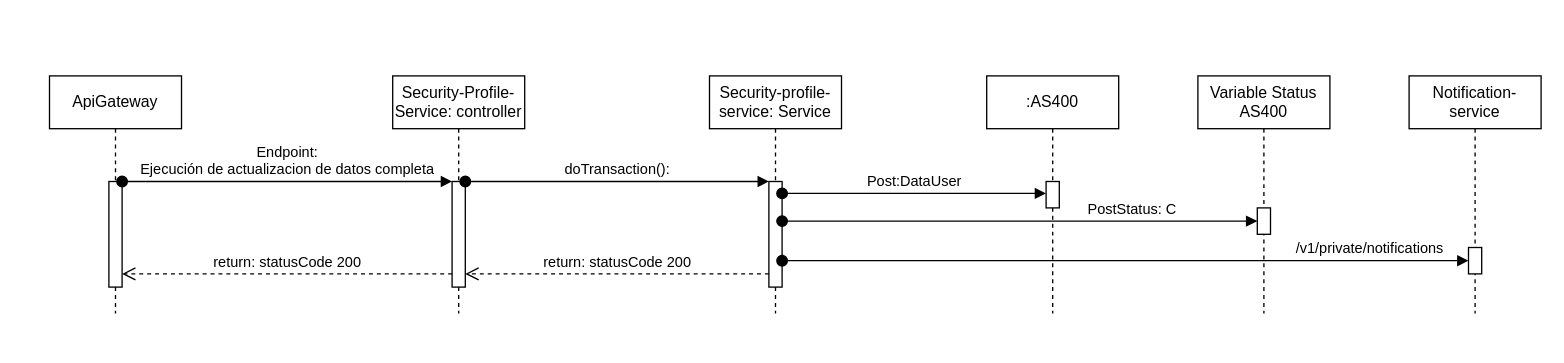
Before: 8vo enpoint - actu de datos.drawio in StevenGpByte/ActualizacionDatos, a draw.io diagram. Source tidied: cells renumbered, new cells numbered last; positions are measured from the earlier drawing's top-left corner, leaving out a move shared by most shapes. Both pictures are drawn from the tidied source at 132%, with x=0, y=0 at pixel (49, 75).
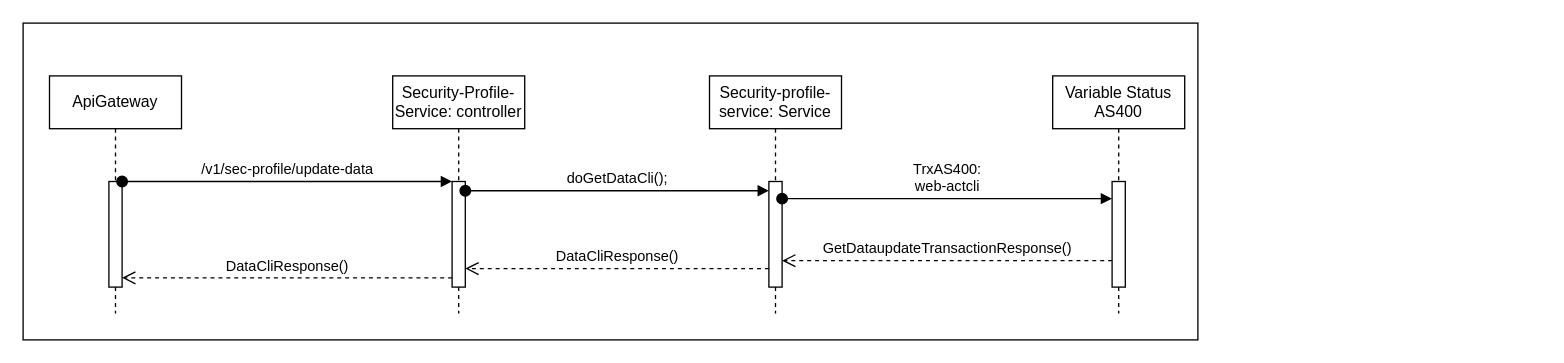
The same page after the edit.

Unchanged cells that the change refers to:
```xml
<mxCell id="2" value="ApiGateway" style="shape=umlLifeline;perimeter=lifelinePerimeter;whiteSpace=wrap;html=1;newEdgeStyle={&quot;edgeStyle&quot;:&quot;elbowEdgeStyle&quot;,&quot;elbow&quot;:&quot;vertical&quot;,&quot;curved&quot;:0,&quot;rounded&quot;:0};" parent="1" vertex="1">
  <mxGeometry width="100" height="180" as="geometry" />
</mxCell>
<mxCell id="4" value="Security-Profile-Service: controller" style="shape=umlLifeline;perimeter=lifelinePerimeter;whiteSpace=wrap;html=1;newEdgeStyle={&quot;edgeStyle&quot;:&quot;elbowEdgeStyle&quot;,&quot;elbow&quot;:&quot;vertical&quot;,&quot;curved&quot;:0,&quot;rounded&quot;:0};" parent="1" vertex="1">
  <mxGeometry x="260" width="100" height="180" as="geometry" />
</mxCell>
<mxCell id="7" value="Security-profile-service: Service" style="shape=umlLifeline;perimeter=lifelinePerimeter;whiteSpace=wrap;html=1;newEdgeStyle={&quot;edgeStyle&quot;:&quot;elbowEdgeStyle&quot;,&quot;elbow&quot;:&quot;vertical&quot;,&quot;curved&quot;:0,&quot;rounded&quot;:0};" parent="1" vertex="1">
  <mxGeometry x="500" width="100" height="180" as="geometry" />
</mxCell>
```

Diff of the diagram source:
```diff
@@
+    <mxCell id="21" style="rounded=0;whiteSpace=wrap;html=1;" parent="1" vertex="1">
+      <mxGeometry x="-20" y="-40" width="890" height="240" as="geometry" />
+    </mxCell>
@@
-    <mxCell id="3" style="html=1;points=[];perimeter=orthogonalPerimeter;outlineConnect=0;targetShapes=umlLifeline;portConstraint=eastwest;newEdgeStyle={&quot;edgeStyle&quot;:&quot;elbowEdgeStyle&quot;,&quot;elbow&quot;:&quot;vertical&quot;,&quot;curved&quot;:0,&quot;rounded&quot;:0};" parent="2" vertex="1">
-      <mxGeometry x="45" y="80" width="10" height="80" as="geometry" />
-    </mxCell>
+    <mxCell id="22" style="html=1;points=[];perimeter=orthogonalPerimeter;outlineConnect=0;targetShapes=umlLifeline;portConstraint=eastwest;newEdgeStyle={&quot;edgeStyle&quot;:&quot;elbowEdgeStyle&quot;,&quot;elbow&quot;:&quot;vertical&quot;,&quot;curved&quot;:0,&quot;rounded&quot;:0};" parent="2" vertex="1">
+      <mxGeometry x="45" y="80" width="10" height="80" as="geometry" />
+    </mxCell>
@@
-    <mxCell id="5" style="html=1;points=[];perimeter=orthogonalPerimeter;outlineConnect=0;targetShapes=umlLifeline;portConstraint=eastwest;newEdgeStyle={&quot;edgeStyle&quot;:&quot;elbowEdgeStyle&quot;,&quot;elbow&quot;:&quot;vertical&quot;,&quot;curved&quot;:0,&quot;rounded&quot;:0};" parent="4" vertex="1">
-      <mxGeometry x="45" y="80" width="10" height="80" as="geometry" />
-    </mxCell>
-    <mxCell id="6" value="return: statusCode 200" style="html=1;verticalAlign=bottom;endArrow=open;dashed=1;endSize=8;edgeStyle=elbowEdgeStyle;elbow=vertical;curved=0;rounded=0;" parent="1" edge="1" source="5" target="3">
-      <mxGeometry relative="1" as="geometry">
-        <Array as="points">
-          <mxPoint x="270" y="150" />
-          <mxPoint x="250" y="140" />
-          <mxPoint x="130" y="240" />
-        </Array>
-      </mxGeometry>
-    </mxCell>
+    <mxCell id="23" style="html=1;points=[];perimeter=orthogonalPerimeter;outlineConnect=0;targetShapes=umlLifeline;portConstraint=eastwest;newEdgeStyle={&quot;edgeStyle&quot;:&quot;elbowEdgeStyle&quot;,&quot;elbow&quot;:&quot;vertical&quot;,&quot;curved&quot;:0,&quot;rounded&quot;:0};" parent="4" vertex="1">
+      <mxGeometry x="45" y="80" width="10" height="80" as="geometry" />
+    </mxCell>
+    <mxCell id="24" value="DataCliResponse()" style="html=1;verticalAlign=bottom;endArrow=open;dashed=1;endSize=8;edgeStyle=elbowEdgeStyle;elbow=vertical;curved=0;rounded=0;" parent="1" edge="1">
+      <mxGeometry relative="1" as="geometry">
+        <mxPoint x="305" y="153" as="sourcePoint" />
+        <mxPoint x="55" y="153" as="targetPoint" />
+        <Array as="points">
+          <mxPoint x="250" y="153" />
+          <mxPoint x="130" y="253" />
+        </Array>
+      </mxGeometry>
+    </mxCell>
@@
-    <mxCell id="8" style="html=1;points=[];perimeter=orthogonalPerimeter;outlineConnect=0;targetShapes=umlLifeline;portConstraint=eastwest;newEdgeStyle={&quot;edgeStyle&quot;:&quot;elbowEdgeStyle&quot;,&quot;elbow&quot;:&quot;vertical&quot;,&quot;curved&quot;:0,&quot;rounded&quot;:0};" parent="7" vertex="1">
-      <mxGeometry x="45" y="80" width="10" height="80" as="geometry" />
-    </mxCell>
-    <mxCell id="9" value=":AS400" style="shape=umlLifeline;perimeter=lifelinePerimeter;whiteSpace=wrap;html=1;newEdgeStyle={&quot;edgeStyle&quot;:&quot;elbowEdgeStyle&quot;,&quot;elbow&quot;:&quot;vertical&quot;,&quot;curved&quot;:0,&quot;rounded&quot;:0};" parent="1" vertex="1">
-      <mxGeometry x="710" width="100" height="180" as="geometry" />
-    </mxCell>
-    <mxCell id="10" style="html=1;points=[];perimeter=orthogonalPerimeter;outlineConnect=0;targetShapes=umlLifeline;portConstraint=eastwest;newEdgeStyle={&quot;edgeStyle&quot;:&quot;elbowEdgeStyle&quot;,&quot;elbow&quot;:&quot;vertical&quot;,&quot;curved&quot;:0,&quot;rounded&quot;:0};" parent="9" vertex="1">
-      <mxGeometry x="45" y="80" width="10" height="20" as="geometry" />
-    </mxCell>
+    <mxCell id="25" style="html=1;perimeter=orthogonalPerimeter;targetShapes=umlLifeline;newEdgeStyle={&quot;edgeStyle&quot;:&quot;elbowEdgeStyle&quot;,&quot;elbow&quot;:&quot;vertical&quot;,&quot;curved&quot;:0,&quot;rounded&quot;:0};" parent="7" vertex="1">
+      <mxGeometry x="45" y="80" width="10" height="80" as="geometry" />
+    </mxCell>
     <mxCell id="11" value="Variable Status AS400" style="shape=umlLifeline;perimeter=lifelinePerimeter;whiteSpace=wrap;html=1;newEdgeStyle={&quot;edgeStyle&quot;:&quot;elbowEdgeStyle&quot;,&quot;elbow&quot;:&quot;vertical&quot;,&quot;curved&quot;:0,&quot;rounded&quot;:0};" parent="1" vertex="1">
-      <mxGeometry x="870" width="100" height="180" as="geometry" />
+      <mxGeometry x="760" width="100" height="180" as="geometry" />
     </mxCell>
-    <mxCell id="12" style="html=1;points=[];perimeter=orthogonalPerimeter;outlineConnect=0;targetShapes=umlLifeline;portConstraint=eastwest;newEdgeStyle={&quot;edgeStyle&quot;:&quot;elbowEdgeStyle&quot;,&quot;elbow&quot;:&quot;vertical&quot;,&quot;curved&quot;:0,&quot;rounded&quot;:0};" parent="11" vertex="1">
-      <mxGeometry x="45" y="100" width="10" height="20" as="geometry" />
-    </mxCell>
-    <mxCell id="13" value="Endpoint:&lt;br&gt;Ejecución de actualizacion de datos completa" style="html=1;verticalAlign=bottom;startArrow=oval;endArrow=block;startSize=8;edgeStyle=elbowEdgeStyle;elbow=vertical;curved=0;rounded=0;" parent="1" edge="1" source="3" target="5">
-      <mxGeometry relative="1" as="geometry">
-        <Array as="points">
-          <mxPoint x="150" y="80" />
-        </Array>
-      </mxGeometry>
-    </mxCell>
-    <mxCell id="14" value="doTransaction():" style="html=1;verticalAlign=bottom;startArrow=oval;endArrow=block;startSize=8;edgeStyle=elbowEdgeStyle;elbow=vertical;curved=0;rounded=0;" parent="1" edge="1" source="5" target="8">
-      <mxGeometry relative="1" as="geometry">
-        <Array as="points">
-          <mxPoint x="500" y="80" />
-          <mxPoint x="425" y="90" />
-        </Array>
-      </mxGeometry>
-    </mxCell>
-    <mxCell id="15" value="Post:DataUser" style="html=1;verticalAlign=bottom;startArrow=oval;endArrow=block;startSize=8;edgeStyle=elbowEdgeStyle;elbow=vertical;curved=0;rounded=0;" parent="1" edge="1" target="10">
-      <mxGeometry relative="1" as="geometry">
-        <mxPoint x="555" y="89" as="sourcePoint" />
-        <Array as="points">
-          <mxPoint x="755" y="89" />
-          <mxPoint x="680" y="99" />
-        </Array>
-      </mxGeometry>
-    </mxCell>
-    <mxCell id="16" value="PostStatus: C" style="html=1;verticalAlign=bottom;startArrow=oval;endArrow=block;startSize=8;edgeStyle=elbowEdgeStyle;elbow=vertical;curved=0;rounded=0;" parent="1" edge="1" source="8" target="12">
-      <mxGeometry x="0.47" relative="1" as="geometry">
-        <Array as="points">
-          <mxPoint x="880" y="110" />
-          <mxPoint x="810" y="120" />
-          <mxPoint x="735" y="130" />
-        </Array>
-      </mxGeometry>
-    </mxCell>
-    <mxCell id="17" value="return: statusCode 200" style="html=1;verticalAlign=bottom;endArrow=open;dashed=1;endSize=8;edgeStyle=elbowEdgeStyle;elbow=vertical;curved=0;rounded=0;" parent="1" edge="1" source="8" target="5">
-      <mxGeometry relative="1" as="geometry">
-        <Array as="points">
-          <mxPoint x="460" y="150" />
-          <mxPoint x="510" y="140" />
-          <mxPoint x="365" y="149.8" />
-        </Array>
-      </mxGeometry>
-    </mxCell>
-    <mxCell id="18" value="Notification-service" style="shape=umlLifeline;perimeter=lifelinePerimeter;whiteSpace=wrap;html=1;newEdgeStyle={&quot;edgeStyle&quot;:&quot;elbowEdgeStyle&quot;,&quot;elbow&quot;:&quot;vertical&quot;,&quot;curved&quot;:0,&quot;rounded&quot;:0};" parent="1" vertex="1">
-      <mxGeometry x="1030" width="100" height="180" as="geometry" />
-    </mxCell>
-    <mxCell id="19" style="html=1;points=[];perimeter=orthogonalPerimeter;outlineConnect=0;targetShapes=umlLifeline;portConstraint=eastwest;newEdgeStyle={&quot;edgeStyle&quot;:&quot;elbowEdgeStyle&quot;,&quot;elbow&quot;:&quot;vertical&quot;,&quot;curved&quot;:0,&quot;rounded&quot;:0};" parent="18" vertex="1">
-      <mxGeometry x="45" y="130" width="10" height="20" as="geometry" />
-    </mxCell>
-    <mxCell id="20" value="/v1/private/notifications" style="html=1;verticalAlign=bottom;startArrow=oval;endArrow=block;startSize=8;edgeStyle=elbowEdgeStyle;elbow=vertical;curved=0;rounded=0;" parent="1" edge="1" source="8" target="19">
-      <mxGeometry x="0.71" relative="1" as="geometry">
-        <Array as="points">
-          <mxPoint x="770" y="140" />
-          <mxPoint x="825" y="150" />
-          <mxPoint x="750" y="160" />
-        </Array>
-      </mxGeometry>
-    </mxCell>
+    <mxCell id="26" style="html=1;points=[];perimeter=orthogonalPerimeter;outlineConnect=0;targetShapes=umlLifeline;portConstraint=eastwest;newEdgeStyle={&quot;edgeStyle&quot;:&quot;elbowEdgeStyle&quot;,&quot;elbow&quot;:&quot;vertical&quot;,&quot;curved&quot;:0,&quot;rounded&quot;:0};" parent="11" vertex="1">
+      <mxGeometry x="45" y="80" width="10" height="80" as="geometry" />
+    </mxCell>
+    <mxCell id="27" value="/v1/sec-profile/update-data" style="html=1;verticalAlign=bottom;startArrow=oval;endArrow=block;startSize=8;edgeStyle=elbowEdgeStyle;elbow=vertical;curved=0;rounded=0;" parent="1" edge="1" source="22" target="23">
+      <mxGeometry relative="1" as="geometry">
+        <Array as="points">
+          <mxPoint x="150" y="80" />
+        </Array>
+      </mxGeometry>
+    </mxCell>
+    <mxCell id="28" value="doGetDataCli();" style="html=1;verticalAlign=bottom;startArrow=oval;endArrow=block;startSize=8;edgeStyle=elbowEdgeStyle;elbow=vertical;curved=0;rounded=0;" parent="1" edge="1">
+      <mxGeometry relative="1" as="geometry">
+        <mxPoint x="315" y="87" as="sourcePoint" />
+        <mxPoint x="545" y="87" as="targetPoint" />
+        <Array as="points">
+          <mxPoint x="500" y="87" />
+          <mxPoint x="425" y="87" />
+        </Array>
+      </mxGeometry>
+    </mxCell>
+    <mxCell id="29" value="DataCliResponse()" style="html=1;verticalAlign=bottom;endArrow=open;dashed=1;endSize=8;edgeStyle=elbowEdgeStyle;elbow=vertical;curved=0;rounded=0;" parent="1" edge="1">
+      <mxGeometry relative="1" as="geometry">
+        <mxPoint x="545" y="146" as="sourcePoint" />
+        <mxPoint x="315" y="146" as="targetPoint" />
+        <Array as="points">
+          <mxPoint x="510" y="146" />
+          <mxPoint x="365" y="155.8" />
+        </Array>
+      </mxGeometry>
+    </mxCell>
+    <mxCell id="30" value="TrxAS400: &lt;br&gt;web-actcli" style="html=1;verticalAlign=bottom;startArrow=oval;endArrow=block;startSize=8;edgeStyle=elbowEdgeStyle;elbow=vertical;curved=0;rounded=0;" parent="1" edge="1" target="26">
+      <mxGeometry relative="1" as="geometry">
+        <mxPoint x="555" y="93" as="sourcePoint" />
+        <Array as="points">
+          <mxPoint x="710" y="93" />
+          <mxPoint x="630" y="113" />
+        </Array>
+      </mxGeometry>
+    </mxCell>
+    <mxCell id="31" value="GetDataupdateTransactionResponse()" style="html=1;verticalAlign=bottom;endArrow=open;dashed=1;endSize=8;edgeStyle=elbowEdgeStyle;elbow=vertical;curved=0;rounded=0;" parent="1" edge="1" source="26">
+      <mxGeometry relative="1" as="geometry">
+        <mxPoint x="555" y="140" as="targetPoint" />
+        <Array as="points">
+          <mxPoint x="725" y="140" />
+          <mxPoint x="580" y="149.8" />
+        </Array>
+      </mxGeometry>
+    </mxCell>
```
